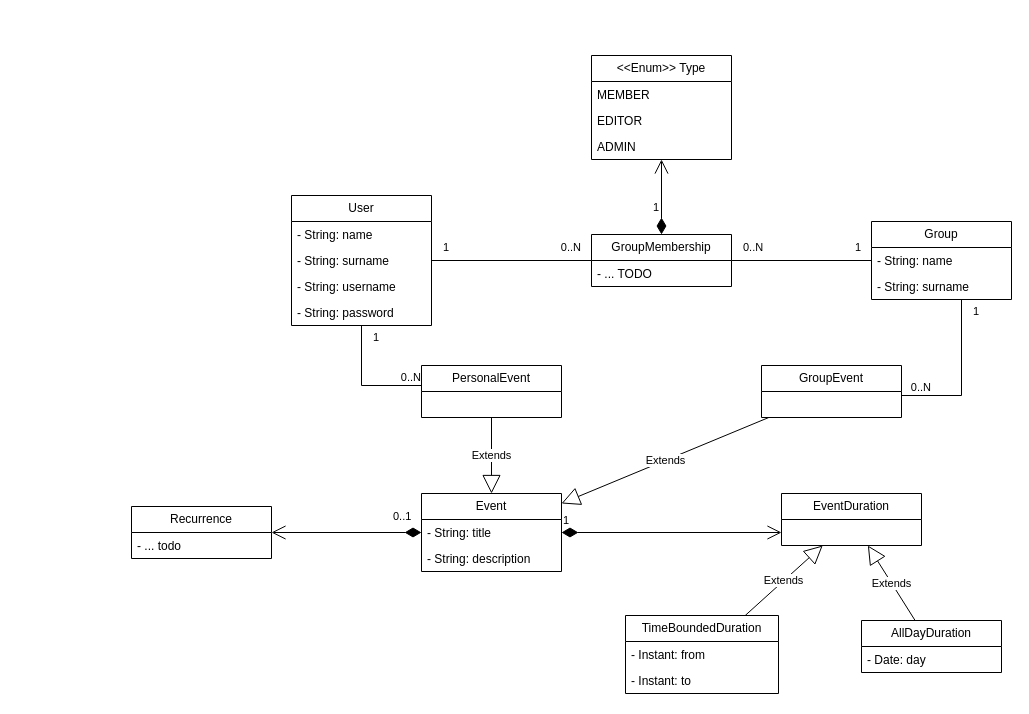
Above: page "Class Diagram" (3 of 3) of docs/users.drawio in jakubjanak2004/calendar (draw.io), before the change. Source tidied: cells renumbered, new cells numbered last; positions are measured from the earlier drawing's top-left corner, leaving out a move shared by most shapes. Both pictures are drawn from the tidied source at 100%, with x=0, y=0 at pixel (131, 55).
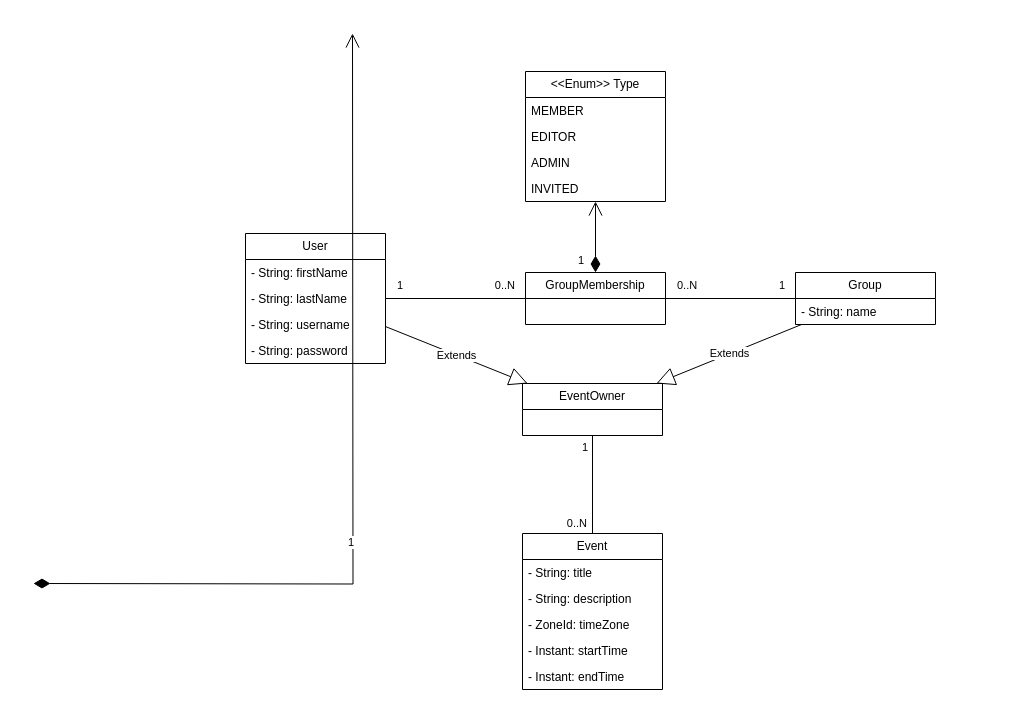
The same diagram, later.

The edit, as a diff of the source:
```diff
@@
     <mxCell id="2" value="User" style="swimlane;fontStyle=0;horizontal=1;startSize=26;fillColor=none;whiteSpace=wrap;html=1;" parent="1" vertex="1">
-      <mxGeometry x="160" y="140" width="140" height="130" as="geometry" />
+      <mxGeometry x="114" y="178" width="140" height="130" as="geometry" />
     </mxCell>
-    <mxCell id="3" value="- String: name" style="text;strokeColor=none;fillColor=none;align=left;verticalAlign=top;spacingLeft=4;spacingRight=4;overflow=hidden;whiteSpace=wrap;html=1;" parent="2" vertex="1">
+    <mxCell id="3" value="- String: firstName" style="text;strokeColor=none;fillColor=none;align=left;verticalAlign=top;spacingLeft=4;spacingRight=4;overflow=hidden;whiteSpace=wrap;html=1;" parent="2" vertex="1">
       <mxGeometry y="26" width="140" height="26" as="geometry" />
     </mxCell>
-    <mxCell id="4" value="- String: surname" style="text;strokeColor=none;fillColor=none;align=left;verticalAlign=top;spacingLeft=4;spacingRight=4;overflow=hidden;whiteSpace=wrap;html=1;" parent="2" vertex="1">
+    <mxCell id="4" value="- String: lastName" style="text;strokeColor=none;fillColor=none;align=left;verticalAlign=top;spacingLeft=4;spacingRight=4;overflow=hidden;whiteSpace=wrap;html=1;" parent="2" vertex="1">
       <mxGeometry y="52" width="140" height="26" as="geometry" />
     </mxCell>
@@
     <mxCell id="7" value="GroupMembership" style="swimlane;fontStyle=0;horizontal=1;startSize=26;fillColor=none;whiteSpace=wrap;html=1;" parent="1" vertex="1">
-      <mxGeometry x="460" y="179" width="140" height="52" as="geometry" />
+      <mxGeometry x="394" y="217" width="140" height="52" as="geometry" />
     </mxCell>
-    <mxCell id="8" value="- ... TODO" style="text;strokeColor=none;fillColor=none;align=left;verticalAlign=top;spacingLeft=4;spacingRight=4;overflow=hidden;whiteSpace=wrap;html=1;" parent="7" vertex="1">
-      <mxGeometry y="26" width="140" height="26" as="geometry" />
-    </mxCell>
     <mxCell id="9" value="Group" style="swimlane;fontStyle=0;horizontal=1;startSize=26;fillColor=none;whiteSpace=wrap;html=1;" parent="1" vertex="1">
-      <mxGeometry x="740" y="166" width="140" height="78" as="geometry" />
+      <mxGeometry x="664" y="217" width="140" height="52" as="geometry" />
     </mxCell>
@@
-    <mxCell id="11" value="- String: surname" style="text;strokeColor=none;fillColor=none;align=left;verticalAlign=top;spacingLeft=4;spacingRight=4;overflow=hidden;whiteSpace=wrap;html=1;" parent="9" vertex="1">
-      <mxGeometry y="52" width="140" height="26" as="geometry" />
-    </mxCell>
@@
     <mxCell id="18" value="&amp;lt;&amp;lt;Enum&amp;gt;&amp;gt; Type" style="swimlane;fontStyle=0;horizontal=1;startSize=26;fillColor=none;whiteSpace=wrap;html=1;" parent="1" vertex="1">
-      <mxGeometry x="460" width="140" height="104" as="geometry" />
+      <mxGeometry x="394" y="16" width="140" height="130" as="geometry" />
     </mxCell>
@@
+    <mxCell id="48" value="INVITED" style="text;strokeColor=none;fillColor=none;align=left;verticalAlign=top;spacingLeft=4;spacingRight=4;overflow=hidden;whiteSpace=wrap;html=1;" parent="18" vertex="1">
+      <mxGeometry y="104" width="140" height="26" as="geometry" />
+    </mxCell>
     <mxCell id="22" value="1" style="endArrow=open;html=1;endSize=12;startArrow=diamondThin;startSize=14;startFill=1;edgeStyle=orthogonalEdgeStyle;align=left;verticalAlign=bottom;rounded=0;" parent="1" edge="1" source="7" target="18">
-      <mxGeometry x="-0.51" y="10" relative="1" as="geometry" />
+      <mxGeometry x="-0.92" y="19" relative="1" as="geometry" />
     </mxCell>
     <mxCell id="23" value="Event" style="swimlane;fontStyle=0;horizontal=1;startSize=26;fillColor=none;whiteSpace=wrap;html=1;" parent="1" vertex="1">
-      <mxGeometry x="290" y="438" width="140" height="78" as="geometry" />
+      <mxGeometry x="391" y="478" width="140" height="156" as="geometry" />
     </mxCell>
@@
-    <mxCell id="26" value="TimeBoundedDuration" style="swimlane;fontStyle=0;horizontal=1;startSize=26;fillColor=none;whiteSpace=wrap;html=1;" parent="1" vertex="1">
-      <mxGeometry x="494" y="560" width="153" height="78" as="geometry" />
-    </mxCell>
+    <mxCell id="49" value="- ZoneId: timeZone" style="text;strokeColor=none;fillColor=none;align=left;verticalAlign=top;spacingLeft=4;spacingRight=4;overflow=hidden;whiteSpace=wrap;html=1;" parent="23" vertex="1">
+      <mxGeometry y="78" width="140" height="26" as="geometry" />
+    </mxCell>
-    <mxCell id="27" value="- Instant: from" style="text;strokeColor=none;fillColor=none;align=left;verticalAlign=top;spacingLeft=4;spacingRight=4;overflow=hidden;whiteSpace=wrap;html=1;" parent="26" vertex="1">
-      <mxGeometry y="26" width="153" height="26" as="geometry" />
+    <mxCell id="27" value="- Instant: startTime" style="text;strokeColor=none;fillColor=none;align=left;verticalAlign=top;spacingLeft=4;spacingRight=4;overflow=hidden;whiteSpace=wrap;html=1;" parent="23" vertex="1">
+      <mxGeometry y="104" width="140" height="26" as="geometry" />
     </mxCell>
-    <mxCell id="28" value="- Instant: to" style="text;strokeColor=none;fillColor=none;align=left;verticalAlign=top;spacingLeft=4;spacingRight=4;overflow=hidden;whiteSpace=wrap;html=1;" parent="26" vertex="1">
-      <mxGeometry y="52" width="153" height="26" as="geometry" />
+    <mxCell id="28" value="- Instant: endTime" style="text;strokeColor=none;fillColor=none;align=left;verticalAlign=top;spacingLeft=4;spacingRight=4;overflow=hidden;whiteSpace=wrap;html=1;" parent="23" vertex="1">
+      <mxGeometry y="130" width="140" height="26" as="geometry" />
     </mxCell>
-    <mxCell id="29" value="AllDayDuration" style="swimlane;fontStyle=0;horizontal=1;startSize=26;fillColor=none;whiteSpace=wrap;html=1;" parent="1" vertex="1">
-      <mxGeometry x="730" y="565" width="140" height="52" as="geometry" />
-    </mxCell>
-    <mxCell id="30" value="- Date: day" style="text;strokeColor=none;fillColor=none;align=left;verticalAlign=top;spacingLeft=4;spacingRight=4;overflow=hidden;whiteSpace=wrap;html=1;" parent="29" vertex="1">
-      <mxGeometry y="26" width="140" height="26" as="geometry" />
-    </mxCell>
+    <mxCell id="50" value="EventOwner" style="swimlane;fontStyle=0;horizontal=1;startSize=26;fillColor=none;whiteSpace=wrap;html=1;" parent="1" vertex="1">
+      <mxGeometry x="391" y="328" width="140" height="52" as="geometry" />
+    </mxCell>
+    <mxCell id="51" value="Extends" style="endArrow=block;endSize=16;endFill=0;html=1;rounded=0;" parent="1" edge="1" source="2" target="50">
+      <mxGeometry relative="1" as="geometry" />
+    </mxCell>
+    <mxCell id="52" value="Extends" style="endArrow=block;endSize=16;endFill=0;html=1;rounded=0;" parent="1" edge="1" source="9" target="50">
+      <mxGeometry relative="1" as="geometry" />
+    </mxCell>
-    <mxCell id="31" value="1" style="endArrow=open;html=1;endSize=12;startArrow=diamondThin;startSize=14;startFill=1;edgeStyle=orthogonalEdgeStyle;align=left;verticalAlign=bottom;rounded=0;" parent="1" edge="1" source="23" target="32">
-      <mxGeometry x="-1" y="3" relative="1" as="geometry">
-        <Array as="points">
-          <mxPoint x="740" y="470" />
-        </Array>
+    <mxCell id="31" value="1" style="endArrow=open;html=1;endSize=12;startArrow=diamondThin;startSize=14;startFill=1;edgeStyle=orthogonalEdgeStyle;align=left;verticalAlign=bottom;rounded=0;" parent="1" edge="1">
+      <mxGeometry x="-0.19" y="6" relative="1" as="geometry">
+        <mxPoint x="-98" y="528" as="sourcePoint" />
+        <mxPoint x="221" y="-22" as="targetPoint" />
       </mxGeometry>
     </mxCell>
-    <mxCell id="32" value="EventDuration" style="swimlane;fontStyle=0;horizontal=1;startSize=26;fillColor=none;whiteSpace=wrap;html=1;" parent="1" vertex="1">
-      <mxGeometry x="650" y="438" width="140" height="52" as="geometry" />
-    </mxCell>
-    <mxCell id="33" value="Extends" style="endArrow=block;endSize=16;endFill=0;html=1;rounded=0;" parent="1" edge="1" source="26" target="32">
-      <mxGeometry relative="1" as="geometry" />
-    </mxCell>
-    <mxCell id="34" value="Extends" style="endArrow=block;endSize=16;endFill=0;html=1;rounded=0;" parent="1" edge="1" source="29" target="32">
-      <mxGeometry relative="1" as="geometry" />
-    </mxCell>
-    <mxCell id="35" value="PersonalEvent" style="swimlane;fontStyle=0;horizontal=1;startSize=26;fillColor=none;whiteSpace=wrap;html=1;" parent="1" vertex="1">
-      <mxGeometry x="290" y="310" width="140" height="52" as="geometry" />
-    </mxCell>
-    <mxCell id="36" value="GroupEvent" style="swimlane;fontStyle=0;horizontal=1;startSize=26;fillColor=none;whiteSpace=wrap;html=1;" parent="1" vertex="1">
-      <mxGeometry x="630" y="310" width="140" height="52" as="geometry" />
-    </mxCell>
-    <mxCell id="37" value="Extends" style="endArrow=block;endSize=16;endFill=0;html=1;rounded=0;" parent="1" edge="1" source="35" target="23">
-      <mxGeometry relative="1" as="geometry" />
-    </mxCell>
-    <mxCell id="38" value="Extends" style="endArrow=block;endSize=16;endFill=0;html=1;rounded=0;" parent="1" edge="1" source="36" target="23">
-      <mxGeometry relative="1" as="geometry" />
-    </mxCell>
-    <mxCell id="39" style="endArrow=none;html=1;edgeStyle=orthogonalEdgeStyle;rounded=0;" parent="1" edge="1" source="2" target="35">
-      <mxGeometry relative="1" as="geometry">
-        <Array as="points">
-          <mxPoint x="230" y="330" />
-        </Array>
-      </mxGeometry>
-    </mxCell>
-    <mxCell id="40" value="1" style="edgeLabel;html=1;align=left;verticalAlign=bottom;" parent="39" vertex="1">
-      <mxGeometry x="-1" relative="1" as="geometry">
-        <mxPoint x="10" y="20" as="offset" />
-      </mxGeometry>
-    </mxCell>
-    <mxCell id="41" value="0..N" style="edgeLabel;html=1;align=right;verticalAlign=bottom;" parent="39" vertex="1">
-      <mxGeometry x="1" relative="1" as="geometry" />
-    </mxCell>
-    <mxCell id="42" style="endArrow=none;html=1;edgeStyle=orthogonalEdgeStyle;rounded=0;" parent="1" edge="1" source="9" target="36">
-      <mxGeometry relative="1" as="geometry">
-        <Array as="points">
-          <mxPoint x="830" y="340" />
-        </Array>
-      </mxGeometry>
-    </mxCell>
-    <mxCell id="43" value="1" style="edgeLabel;html=1;align=left;verticalAlign=bottom;" parent="42" vertex="1">
-      <mxGeometry x="-1" relative="1" as="geometry">
-        <mxPoint x="10" y="20" as="offset" />
-      </mxGeometry>
-    </mxCell>
-    <mxCell id="44" value="0..N" style="edgeLabel;html=1;align=right;verticalAlign=bottom;" parent="42" vertex="1">
-      <mxGeometry x="1" relative="1" as="geometry">
-        <mxPoint x="30" as="offset" />
-      </mxGeometry>
-    </mxCell>
-    <mxCell id="45" value="Recurrence" style="swimlane;fontStyle=0;horizontal=1;startSize=26;fillColor=none;whiteSpace=wrap;html=1;" parent="1" vertex="1">
-      <mxGeometry y="451" width="140" height="52" as="geometry" />
-    </mxCell>
-    <mxCell id="46" value="- ... todo" style="text;strokeColor=none;fillColor=none;align=left;verticalAlign=top;spacingLeft=4;spacingRight=4;overflow=hidden;whiteSpace=wrap;html=1;" parent="45" vertex="1">
-      <mxGeometry y="26" width="140" height="26" as="geometry" />
-    </mxCell>
-    <mxCell id="47" value="0..1" style="endArrow=open;html=1;endSize=12;startArrow=diamondThin;startSize=14;startFill=1;edgeStyle=orthogonalEdgeStyle;align=left;verticalAlign=bottom;rounded=0;" parent="1" edge="1" source="23" target="45">
-      <mxGeometry x="-0.6" y="-7" relative="1" as="geometry" />
-    </mxCell>
+    <mxCell id="53" style="endArrow=none;html=1;edgeStyle=orthogonalEdgeStyle;rounded=0;" parent="1" edge="1" source="50" target="23">
+      <mxGeometry relative="1" as="geometry">
+        <Array as="points">
+          <mxPoint x="461" y="491" />
+          <mxPoint x="461" y="491" />
+        </Array>
+      </mxGeometry>
+    </mxCell>
+    <mxCell id="54" value="1" style="edgeLabel;html=1;align=left;verticalAlign=bottom;" parent="53" vertex="1">
+      <mxGeometry x="-1" relative="1" as="geometry">
+        <mxPoint x="-12" y="20" as="offset" />
+      </mxGeometry>
+    </mxCell>
+    <mxCell id="55" value="0..N" style="edgeLabel;html=1;align=right;verticalAlign=bottom;" parent="53" vertex="1">
+      <mxGeometry x="1" relative="1" as="geometry">
+        <mxPoint x="-5" y="-2" as="offset" />
+      </mxGeometry>
+    </mxCell>
```
